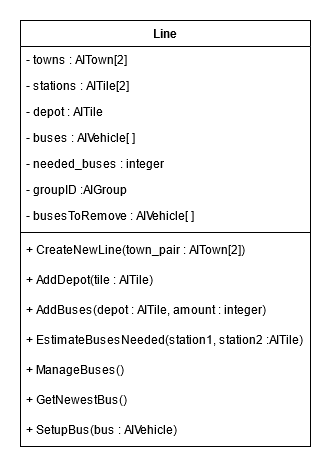
baranyai2/Szakdolgozat keeps this draw.io diagram as Dolgozat/images/line.png. Above is the earlier version. Source tidied: cells renumbered, new cells last; positions are measured from the earlier drawing's top-left corner, leaving out a move shared by most shapes. Its diagram source:
```xml
<mxGraphModel>
  <root>
    <mxCell id="0" />
    <mxCell id="1" parent="0" />
    <mxCell id="2" value="Line" style="swimlane;fontStyle=1;align=center;verticalAlign=top;horizontal=1;startSize=26;" parent="1" vertex="1">
      <mxGeometry width="290" height="426" as="geometry" />
    </mxCell>
    <mxCell id="3" value="- towns : AITown[2]" style="text;strokeColor=none;fillColor=none;align=left;verticalAlign=top;spacingLeft=4;spacingRight=4;overflow=hidden;" parent="2" vertex="1">
      <mxGeometry y="26" width="290" height="26" as="geometry" />
    </mxCell>
    <mxCell id="4" value="- stations : AITile[2]" style="text;strokeColor=none;fillColor=none;align=left;verticalAlign=top;spacingLeft=4;spacingRight=4;overflow=hidden;" parent="2" vertex="1">
      <mxGeometry y="52" width="290" height="26" as="geometry" />
    </mxCell>
    <mxCell id="5" value="- depot : AITile" style="text;strokeColor=none;fillColor=none;align=left;verticalAlign=top;spacingLeft=4;spacingRight=4;overflow=hidden;" parent="2" vertex="1">
      <mxGeometry y="78" width="290" height="26" as="geometry" />
    </mxCell>
    <mxCell id="6" value="- buses : AIVehicle[ ]" style="text;strokeColor=none;fillColor=none;align=left;verticalAlign=top;spacingLeft=4;spacingRight=4;overflow=hidden;" parent="2" vertex="1">
      <mxGeometry y="104" width="290" height="26" as="geometry" />
    </mxCell>
    <mxCell id="7" value="- needed_buses : integer" style="text;strokeColor=none;fillColor=none;align=left;verticalAlign=top;spacingLeft=4;spacingRight=4;overflow=hidden;" parent="2" vertex="1">
      <mxGeometry y="130" width="290" height="26" as="geometry" />
    </mxCell>
    <mxCell id="8" value="- groupID :AIGroup" style="text;strokeColor=none;fillColor=none;align=left;verticalAlign=top;spacingLeft=4;spacingRight=4;overflow=hidden;" parent="2" vertex="1">
      <mxGeometry y="156" width="290" height="26" as="geometry" />
    </mxCell>
    <mxCell id="9" value="- busesToRemove : AIVehicle[ ]" style="text;strokeColor=none;fillColor=none;align=left;verticalAlign=top;spacingLeft=4;spacingRight=4;overflow=hidden;" parent="2" vertex="1">
      <mxGeometry y="182" width="290" height="26" as="geometry" />
    </mxCell>
    <mxCell id="10" style="line;strokeWidth=1;fillColor=none;align=left;verticalAlign=middle;spacingTop=-1;spacingLeft=3;spacingRight=3;labelPosition=right;" parent="2" vertex="1">
      <mxGeometry y="208" width="290" height="8" as="geometry" />
    </mxCell>
    <mxCell id="11" value="+ CreateNewLine(town_pair : AITown[2])" style="text;strokeColor=none;fillColor=none;align=left;verticalAlign=top;spacingLeft=4;spacingRight=4;overflow=hidden;" parent="2" vertex="1">
      <mxGeometry y="216" width="290" height="30" as="geometry" />
    </mxCell>
    <mxCell id="12" value="+ AddDepot(tile : AITile)" style="text;strokeColor=none;fillColor=none;align=left;verticalAlign=top;spacingLeft=4;spacingRight=4;overflow=hidden;" parent="2" vertex="1">
      <mxGeometry y="246" width="290" height="30" as="geometry" />
    </mxCell>
    <mxCell id="13" value="+ AddBuses(depot : AITile, amount : integer)" style="text;strokeColor=none;fillColor=none;align=left;verticalAlign=top;spacingLeft=4;spacingRight=4;overflow=hidden;" parent="2" vertex="1">
      <mxGeometry y="276" width="290" height="30" as="geometry" />
    </mxCell>
    <mxCell id="14" value="+ EstimateBusesNeeded(station1, station2 :AITile)" style="text;strokeColor=none;fillColor=none;align=left;verticalAlign=top;spacingLeft=4;spacingRight=4;overflow=hidden;" parent="2" vertex="1">
      <mxGeometry y="306" width="290" height="30" as="geometry" />
    </mxCell>
    <mxCell id="15" value="+ ManageBuses() " style="text;strokeColor=none;fillColor=none;align=left;verticalAlign=top;spacingLeft=4;spacingRight=4;overflow=hidden;" parent="2" vertex="1">
      <mxGeometry y="336" width="290" height="30" as="geometry" />
    </mxCell>
    <mxCell id="16" value="+ GetNewestBus()" style="text;strokeColor=none;fillColor=none;align=left;verticalAlign=top;spacingLeft=4;spacingRight=4;overflow=hidden;" parent="2" vertex="1">
      <mxGeometry y="366" width="290" height="30" as="geometry" />
    </mxCell>
    <mxCell id="17" value="+ SetupBus(bus : AIVehicle)" style="text;strokeColor=none;fillColor=none;align=left;verticalAlign=top;spacingLeft=4;spacingRight=4;overflow=hidden;" parent="2" vertex="1">
      <mxGeometry y="396" width="290" height="30" as="geometry" />
    </mxCell>
  </root>
</mxGraphModel>
```
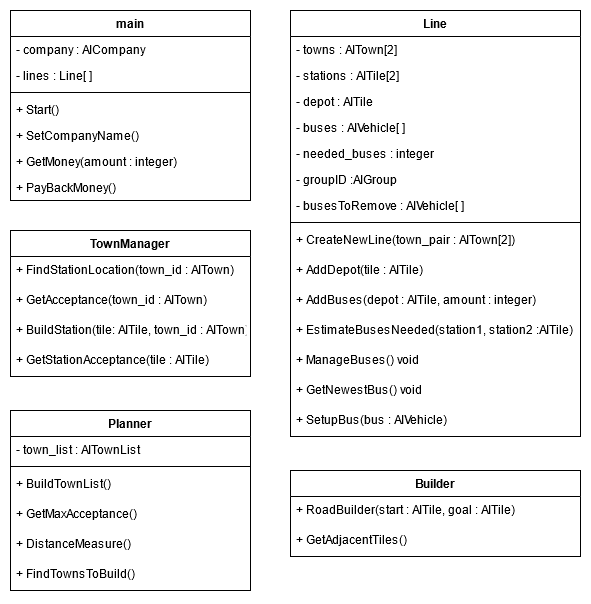
Later version of the same file.

Commit message:
Fixed table, changed figures, smaller fixes

What changed in the source:
```diff
@@ -1,7 +1,76 @@
-<mxGraphModel>
+<mxGraphModel background="#ffffff">
   <root>
     <mxCell id="0" />
     <mxCell id="1" parent="0" />
+    <mxCell id="18" value="main" style="swimlane;fontStyle=1;align=center;verticalAlign=top;horizontal=1;startSize=26;direction=east;" parent="1" vertex="1">
+      <mxGeometry x="-280" width="240" height="190" as="geometry" />
+    </mxCell>
+    <mxCell id="19" value="- company : AICompany" style="text;strokeColor=none;fillColor=none;align=left;verticalAlign=top;spacingLeft=4;spacingRight=4;overflow=hidden;" parent="18" vertex="1">
+      <mxGeometry y="26" width="240" height="26" as="geometry" />
+    </mxCell>
+    <mxCell id="20" value="- lines : Line[ ]" style="text;strokeColor=none;fillColor=none;align=left;verticalAlign=top;spacingLeft=4;spacingRight=4;overflow=hidden;" parent="18" vertex="1">
+      <mxGeometry y="52" width="240" height="26" as="geometry" />
+    </mxCell>
+    <mxCell id="21" style="line;strokeWidth=1;fillColor=none;align=left;verticalAlign=middle;spacingTop=-1;spacingLeft=3;spacingRight=3;labelPosition=right;" parent="18" vertex="1">
+      <mxGeometry y="78" width="240" height="8" as="geometry" />
+    </mxCell>
+    <mxCell id="22" value="+ Start()" style="text;strokeColor=none;fillColor=none;align=left;verticalAlign=top;spacingLeft=4;spacingRight=4;overflow=hidden;" parent="18" vertex="1">
+      <mxGeometry y="86" width="240" height="26" as="geometry" />
+    </mxCell>
+    <mxCell id="23" value="+ SetCompanyName()" style="text;strokeColor=none;fillColor=none;align=left;verticalAlign=top;spacingLeft=4;spacingRight=4;overflow=hidden;" parent="18" vertex="1">
+      <mxGeometry y="112" width="240" height="26" as="geometry" />
+    </mxCell>
+    <mxCell id="24" value="+ GetMoney(amount : integer)" style="text;strokeColor=none;fillColor=none;align=left;verticalAlign=top;spacingLeft=4;spacingRight=4;overflow=hidden;" parent="18" vertex="1">
+      <mxGeometry y="138" width="240" height="26" as="geometry" />
+    </mxCell>
+    <mxCell id="25" value="+ PayBackMoney()" style="text;strokeColor=none;fillColor=none;align=left;verticalAlign=top;spacingLeft=4;spacingRight=4;overflow=hidden;" parent="18" vertex="1">
+      <mxGeometry y="164" width="240" height="26" as="geometry" />
+    </mxCell>
+    <mxCell id="26" value="Planner" style="swimlane;fontStyle=1;align=center;verticalAlign=top;horizontal=1;startSize=26;" parent="1" vertex="1">
+      <mxGeometry x="-280" y="400" width="240" height="180" as="geometry" />
+    </mxCell>
+    <mxCell id="27" value="- town_list : AITownList" style="text;strokeColor=none;fillColor=none;align=left;verticalAlign=top;spacingLeft=4;spacingRight=4;overflow=hidden;" parent="26" vertex="1">
+      <mxGeometry y="26" width="240" height="26" as="geometry" />
+    </mxCell>
+    <mxCell id="28" style="line;strokeWidth=1;fillColor=none;align=left;verticalAlign=middle;spacingTop=-1;spacingLeft=3;spacingRight=3;labelPosition=right;" parent="26" vertex="1">
+      <mxGeometry y="52" width="240" height="8" as="geometry" />
+    </mxCell>
+    <mxCell id="29" value="+ BuildTownList()" style="text;strokeColor=none;fillColor=none;align=left;verticalAlign=top;spacingLeft=4;spacingRight=4;overflow=hidden;" parent="26" vertex="1">
+      <mxGeometry y="60" width="240" height="30" as="geometry" />
+    </mxCell>
+    <mxCell id="30" value="+ GetMaxAcceptance()" style="text;strokeColor=none;fillColor=none;align=left;verticalAlign=top;spacingLeft=4;spacingRight=4;overflow=hidden;" parent="26" vertex="1">
+      <mxGeometry y="90" width="240" height="30" as="geometry" />
+    </mxCell>
+    <mxCell id="31" value="+ DistanceMeasure()" style="text;strokeColor=none;fillColor=none;align=left;verticalAlign=top;spacingLeft=4;spacingRight=4;overflow=hidden;" parent="26" vertex="1">
+      <mxGeometry y="120" width="240" height="30" as="geometry" />
+    </mxCell>
+    <mxCell id="32" value="+ FindTownsToBuild()" style="text;strokeColor=none;fillColor=none;align=left;verticalAlign=top;spacingLeft=4;spacingRight=4;overflow=hidden;" parent="26" vertex="1">
+      <mxGeometry y="150" width="240" height="30" as="geometry" />
+    </mxCell>
+    <mxCell id="33" value="TownManager" style="swimlane;fontStyle=1;align=center;verticalAlign=top;horizontal=1;startSize=26;" parent="1" vertex="1">
+      <mxGeometry x="-280" y="220" width="240" height="146" as="geometry" />
+    </mxCell>
+    <mxCell id="34" value="+ FindStationLocation(town_id : AITown)" style="text;strokeColor=none;fillColor=none;align=left;verticalAlign=top;spacingLeft=4;spacingRight=4;overflow=hidden;" parent="33" vertex="1">
+      <mxGeometry y="26" width="240" height="30" as="geometry" />
+    </mxCell>
+    <mxCell id="35" value="+ GetAcceptance(town_id : AITown)" style="text;strokeColor=none;fillColor=none;align=left;verticalAlign=top;spacingLeft=4;spacingRight=4;overflow=hidden;" parent="33" vertex="1">
+      <mxGeometry y="56" width="240" height="30" as="geometry" />
+    </mxCell>
+    <mxCell id="36" value="+ BuildStation(tile: AITile, town_id : AITown)" style="text;strokeColor=none;fillColor=none;align=left;verticalAlign=top;spacingLeft=4;spacingRight=4;overflow=hidden;" parent="33" vertex="1">
+      <mxGeometry y="86" width="240" height="30" as="geometry" />
+    </mxCell>
+    <mxCell id="37" value="+ GetStationAcceptance(tile : AITile)" style="text;strokeColor=none;fillColor=none;align=left;verticalAlign=top;spacingLeft=4;spacingRight=4;overflow=hidden;" parent="33" vertex="1">
+      <mxGeometry y="116" width="240" height="30" as="geometry" />
+    </mxCell>
+    <mxCell id="38" value="Builder" style="swimlane;fontStyle=1;align=center;verticalAlign=top;horizontal=1;startSize=26;" parent="1" vertex="1">
+      <mxGeometry y="460" width="290" height="86" as="geometry" />
+    </mxCell>
+    <mxCell id="39" value="+ RoadBuilder(start : AITile, goal : AITile)" style="text;strokeColor=none;fillColor=none;align=left;verticalAlign=top;spacingLeft=4;spacingRight=4;overflow=hidden;" parent="38" vertex="1">
+      <mxGeometry y="26" width="290" height="30" as="geometry" />
+    </mxCell>
+    <mxCell id="40" value="+ GetAdjacentTiles()" style="text;strokeColor=none;fillColor=none;align=left;verticalAlign=top;spacingLeft=4;spacingRight=4;overflow=hidden;" parent="38" vertex="1">
+      <mxGeometry y="56" width="290" height="30" as="geometry" />
+    </mxCell>
     <mxCell id="2" value="Line" style="swimlane;fontStyle=1;align=center;verticalAlign=top;horizontal=1;startSize=26;" parent="1" vertex="1">
       <mxGeometry width="290" height="426" as="geometry" />
     </mxCell>
@@ -41,12 +110,12 @@
     <mxCell id="14" value="+ EstimateBusesNeeded(station1, station2 :AITile)" style="text;strokeColor=none;fillColor=none;align=left;verticalAlign=top;spacingLeft=4;spacingRight=4;overflow=hidden;" parent="2" vertex="1">
       <mxGeometry y="306" width="290" height="30" as="geometry" />
     </mxCell>
-    <mxCell id="15" value="+ ManageBuses() " style="text;strokeColor=none;fillColor=none;align=left;verticalAlign=top;spacingLeft=4;spacingRight=4;overflow=hidden;" parent="2" vertex="1">
-      <mxGeometry y="336" width="290" height="30" as="geometry" />
-    </mxCell>
-    <mxCell id="16" value="+ GetNewestBus()" style="text;strokeColor=none;fillColor=none;align=left;verticalAlign=top;spacingLeft=4;spacingRight=4;overflow=hidden;" parent="2" vertex="1">
-      <mxGeometry y="366" width="290" height="30" as="geometry" />
-    </mxCell>
+    <mxCell id="41" value="+ ManageBuses() void" style="text;strokeColor=none;fillColor=none;align=left;verticalAlign=top;spacingLeft=4;spacingRight=4;overflow=hidden;" parent="2" vertex="1">
+      <mxGeometry y="336" width="290" height="30" as="geometry" />
+    </mxCell>
+    <mxCell id="42" value="+ GetNewestBus() void" style="text;strokeColor=none;fillColor=none;align=left;verticalAlign=top;spacingLeft=4;spacingRight=4;overflow=hidden;" parent="2" vertex="1">
+      <mxGeometry y="366" width="290" height="30" as="geometry" />
+    </mxCell>
     <mxCell id="17" value="+ SetupBus(bus : AIVehicle)" style="text;strokeColor=none;fillColor=none;align=left;verticalAlign=top;spacingLeft=4;spacingRight=4;overflow=hidden;" parent="2" vertex="1">
       <mxGeometry y="396" width="290" height="30" as="geometry" />
     </mxCell>
```
